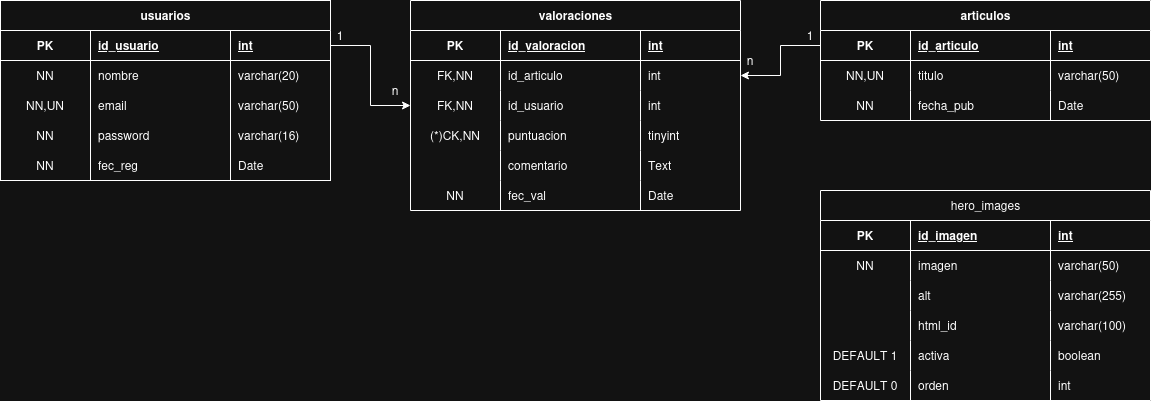
This is web/assets/images/criptojourney.drawio.png from sfloresdev/criptojourney, a draw.io export, as it was before one commit. Source tidied: cells renumbered, new cells last; positions are measured from the earlier drawing's top-left corner, leaving out a move shared by most shapes.
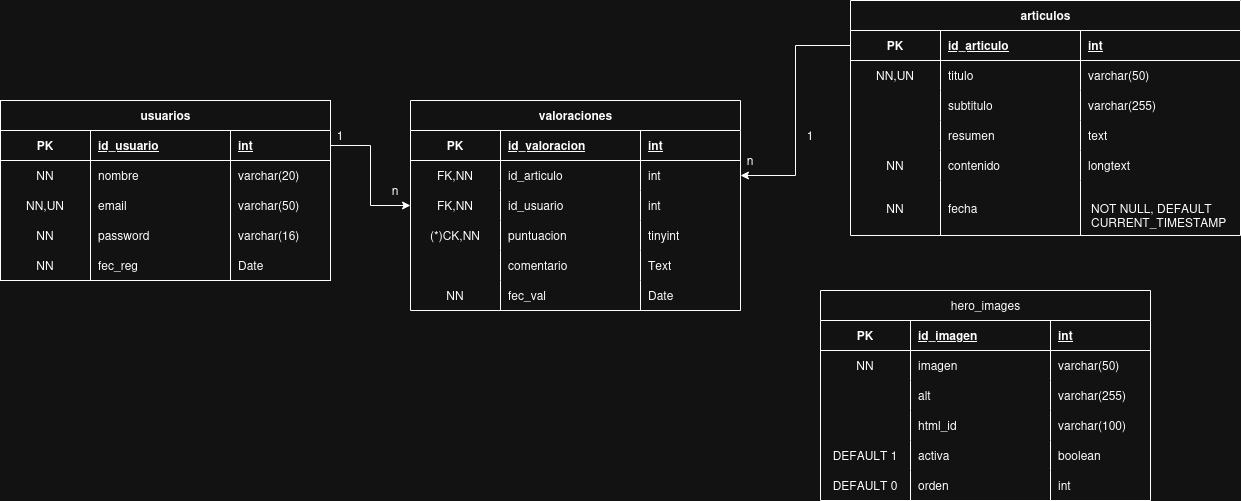
The same file after the commit.

Change to the diagram source:
```diff
@@ -66,10 +66,10 @@
       <mxGeometry x="230" width="100" height="30" as="geometry" />
     </mxCell>
     <mxCell id="23" value="articulos" style="shape=table;startSize=30;rowLines=0;fontStyle=1;align=center;html=1;" parent="1" vertex="1">
-      <mxGeometry x="820" width="330" height="120" as="geometry" />
+      <mxGeometry x="850" y="-100" width="390" height="235" as="geometry" />
     </mxCell>
     <mxCell id="24" style="shape=tableRow;horizontal=0;startSize=0;swimlaneHead=0;swimlaneBody=0;fillColor=none;points=[[0,0.5],[1,0.5]];portConstraint=eastwest;top=0;left=0;right=0;bottom=1;" parent="23" vertex="1">
-      <mxGeometry y="30" width="330" height="30" as="geometry" />
+      <mxGeometry y="30" width="390" height="30" as="geometry" />
     </mxCell>
     <mxCell id="25" value="PK" style="shape=partialRectangle;fillColor=none;top=0;left=0;bottom=0;right=0;fontStyle=1;overflow=hidden;whiteSpace=wrap;html=1;" parent="24" vertex="1">
       <mxGeometry width="90" height="30" as="geometry" />
@@ -78,10 +78,10 @@
       <mxGeometry x="90" width="140" height="30" as="geometry" />
     </mxCell>
     <mxCell id="27" value="int" style="shape=partialRectangle;fillColor=none;top=0;left=0;bottom=0;right=0;align=left;spacingLeft=6;fontStyle=5;overflow=hidden;whiteSpace=wrap;html=1;" parent="24" vertex="1">
-      <mxGeometry x="230" width="100" height="30" as="geometry" />
+      <mxGeometry x="230" width="160" height="30" as="geometry" />
     </mxCell>
     <mxCell id="28" style="shape=tableRow;horizontal=0;startSize=0;swimlaneHead=0;swimlaneBody=0;fillColor=none;top=0;left=0;right=0;bottom=0;" parent="23" vertex="1">
-      <mxGeometry y="60" width="330" height="30" as="geometry" />
+      <mxGeometry y="60" width="390" height="30" as="geometry" />
     </mxCell>
     <mxCell id="29" value="NN,UN" style="shape=partialRectangle;fillColor=none;top=0;left=0;bottom=0;right=0;overflow=hidden;whiteSpace=wrap;html=1;" parent="28" vertex="1">
       <mxGeometry width="90" height="30" as="geometry" />
@@ -90,19 +90,55 @@
       <mxGeometry x="90" width="140" height="30" as="geometry" />
     </mxCell>
     <mxCell id="31" value="varchar(50)" style="shape=partialRectangle;fillColor=none;top=0;left=0;bottom=0;right=0;align=left;spacingLeft=6;overflow=hidden;whiteSpace=wrap;html=1;" parent="28" vertex="1">
-      <mxGeometry x="230" width="100" height="30" as="geometry" />
+      <mxGeometry x="230" width="160" height="30" as="geometry" />
     </mxCell>
+    <mxCell id="92" style="shape=tableRow;horizontal=0;startSize=0;swimlaneHead=0;swimlaneBody=0;fillColor=none;top=0;left=0;right=0;bottom=0;" parent="23" vertex="1">
+      <mxGeometry y="90" width="390" height="30" as="geometry" />
+    </mxCell>
+    <mxCell id="93" style="shape=partialRectangle;fillColor=none;top=0;left=0;bottom=0;right=0;overflow=hidden;whiteSpace=wrap;html=1;" parent="92" vertex="1">
+      <mxGeometry width="90" height="30" as="geometry" />
+    </mxCell>
+    <mxCell id="94" value="subtitulo" style="shape=partialRectangle;fillColor=none;top=0;left=0;bottom=0;right=0;align=left;spacingLeft=6;overflow=hidden;whiteSpace=wrap;html=1;" parent="92" vertex="1">
+      <mxGeometry x="90" width="140" height="30" as="geometry" />
+    </mxCell>
+    <mxCell id="95" value="varchar(255)" style="shape=partialRectangle;fillColor=none;top=0;left=0;bottom=0;right=0;align=left;spacingLeft=6;overflow=hidden;whiteSpace=wrap;html=1;" parent="92" vertex="1">
+      <mxGeometry x="230" width="160" height="30" as="geometry" />
+    </mxCell>
+    <mxCell id="96" style="shape=tableRow;horizontal=0;startSize=0;swimlaneHead=0;swimlaneBody=0;fillColor=none;top=0;left=0;right=0;bottom=0;" parent="23" vertex="1">
+      <mxGeometry y="120" width="390" height="30" as="geometry" />
+    </mxCell>
+    <mxCell id="97" style="shape=partialRectangle;fillColor=none;top=0;left=0;bottom=0;right=0;overflow=hidden;whiteSpace=wrap;html=1;" parent="96" vertex="1">
+      <mxGeometry width="90" height="30" as="geometry" />
+    </mxCell>
+    <mxCell id="98" value="resumen" style="shape=partialRectangle;fillColor=none;top=0;left=0;bottom=0;right=0;align=left;spacingLeft=6;overflow=hidden;whiteSpace=wrap;html=1;" parent="96" vertex="1">
+      <mxGeometry x="90" width="140" height="30" as="geometry" />
+    </mxCell>
+    <mxCell id="99" value="text" style="shape=partialRectangle;fillColor=none;top=0;left=0;bottom=0;right=0;align=left;spacingLeft=6;overflow=hidden;whiteSpace=wrap;html=1;" parent="96" vertex="1">
+      <mxGeometry x="230" width="160" height="30" as="geometry" />
+    </mxCell>
+    <mxCell id="100" style="shape=tableRow;horizontal=0;startSize=0;swimlaneHead=0;swimlaneBody=0;fillColor=none;top=0;left=0;right=0;bottom=0;" parent="23" vertex="1">
+      <mxGeometry y="150" width="390" height="30" as="geometry" />
+    </mxCell>
+    <mxCell id="101" value="NN" style="shape=partialRectangle;fillColor=none;top=0;left=0;bottom=0;right=0;overflow=hidden;whiteSpace=wrap;html=1;" parent="100" vertex="1">
+      <mxGeometry width="90" height="30" as="geometry" />
+    </mxCell>
+    <mxCell id="102" value="contenido" style="shape=partialRectangle;fillColor=none;top=0;left=0;bottom=0;right=0;align=left;spacingLeft=6;overflow=hidden;whiteSpace=wrap;html=1;" parent="100" vertex="1">
+      <mxGeometry x="90" width="140" height="30" as="geometry" />
+    </mxCell>
+    <mxCell id="103" value="longtext" style="shape=partialRectangle;fillColor=none;top=0;left=0;bottom=0;right=0;align=left;spacingLeft=6;overflow=hidden;whiteSpace=wrap;html=1;" parent="100" vertex="1">
+      <mxGeometry x="230" width="160" height="30" as="geometry" />
+    </mxCell>
     <mxCell id="32" style="shape=tableRow;horizontal=0;startSize=0;swimlaneHead=0;swimlaneBody=0;fillColor=none;top=0;left=0;right=0;bottom=0;" parent="23" vertex="1">
-      <mxGeometry y="90" width="330" height="30" as="geometry" />
+      <mxGeometry y="180" width="390" height="55" as="geometry" />
     </mxCell>
     <mxCell id="33" value="NN" style="shape=partialRectangle;fillColor=none;top=0;left=0;bottom=0;right=0;overflow=hidden;whiteSpace=wrap;html=1;" parent="32" vertex="1">
-      <mxGeometry width="90" height="30" as="geometry" />
+      <mxGeometry width="90" height="55" as="geometry" />
     </mxCell>
-    <mxCell id="34" value="fecha_pub" style="shape=partialRectangle;fillColor=none;top=0;left=0;bottom=0;right=0;align=left;spacingLeft=6;overflow=hidden;whiteSpace=wrap;html=1;" parent="32" vertex="1">
-      <mxGeometry x="90" width="140" height="30" as="geometry" />
+    <mxCell id="34" value="fecha" style="shape=partialRectangle;fillColor=none;top=0;left=0;bottom=0;right=0;align=left;spacingLeft=6;overflow=hidden;whiteSpace=wrap;html=1;" parent="32" vertex="1">
+      <mxGeometry x="90" width="140" height="55" as="geometry" />
     </mxCell>
-    <mxCell id="35" value="Date" style="shape=partialRectangle;fillColor=none;top=0;left=0;bottom=0;right=0;align=left;spacingLeft=6;overflow=hidden;whiteSpace=wrap;html=1;" parent="32" vertex="1">
-      <mxGeometry x="230" width="100" height="30" as="geometry" />
+    <mxCell id="35" value="&lt;br&gt;&lt;table&gt;&lt;tbody&gt;&lt;tr&gt;&lt;td&gt;NOT NULL, DEFAULT CURRENT_TIMESTAMP&lt;/td&gt;&lt;td&gt;&lt;br&gt;&lt;/td&gt;&lt;/tr&gt;&lt;/tbody&gt;&lt;/table&gt;" style="shape=partialRectangle;fillColor=none;top=0;left=0;bottom=0;right=0;align=left;spacingLeft=6;overflow=hidden;whiteSpace=wrap;html=1;" parent="32" vertex="1">
+      <mxGeometry x="230" width="160" height="55" as="geometry" />
     </mxCell>
     <mxCell id="36" value="valoraciones" style="shape=table;startSize=30;rowLines=0;fontStyle=1;align=center;html=1;" parent="1" vertex="1">
       <mxGeometry x="410" width="330" height="210" as="geometry" />
```
